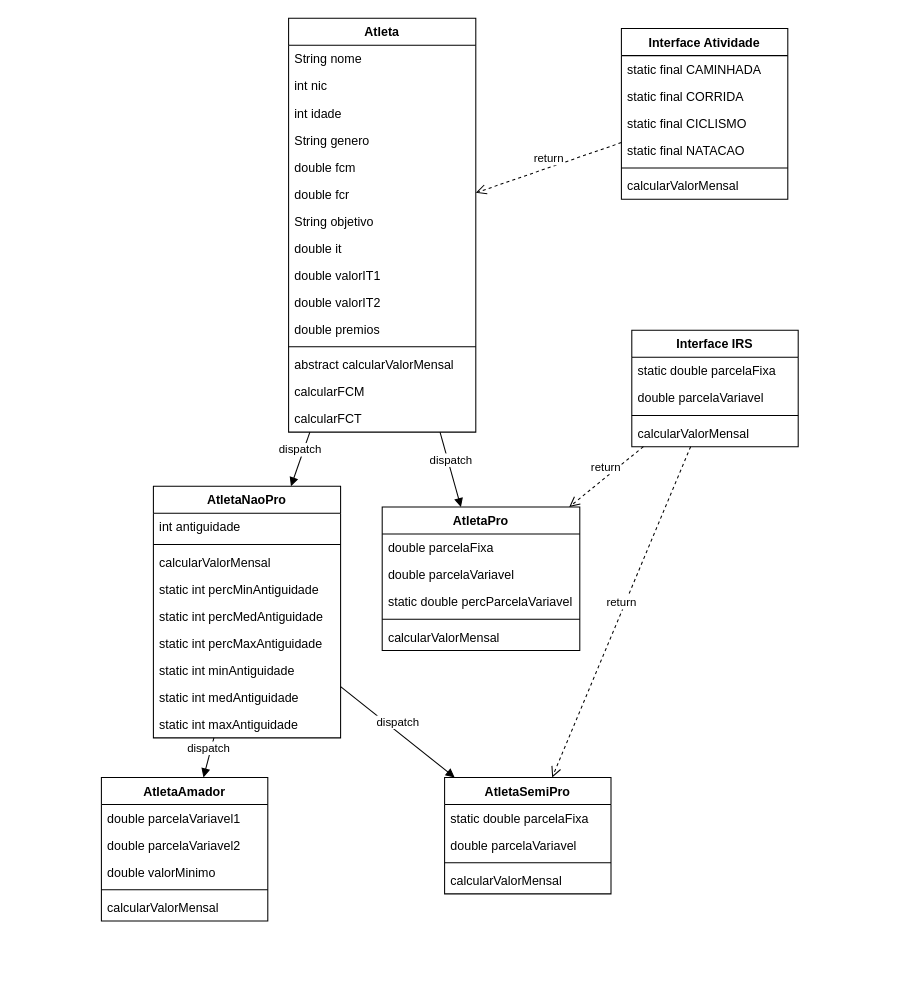
Earlier version of the draw.io diagram Diagrama-Classes-Sprint1.drawio (MarcoPereiraUpSkill/sprint-1-lucas-bruno-marco). Source tidied: cells renumbered, new cells numbered last; positions are measured from the earlier drawing's top-left corner, leaving out a move shared by most shapes. Both pictures are drawn from the tidied source at 104%, with x=0, y=0 at pixel (101, 18).
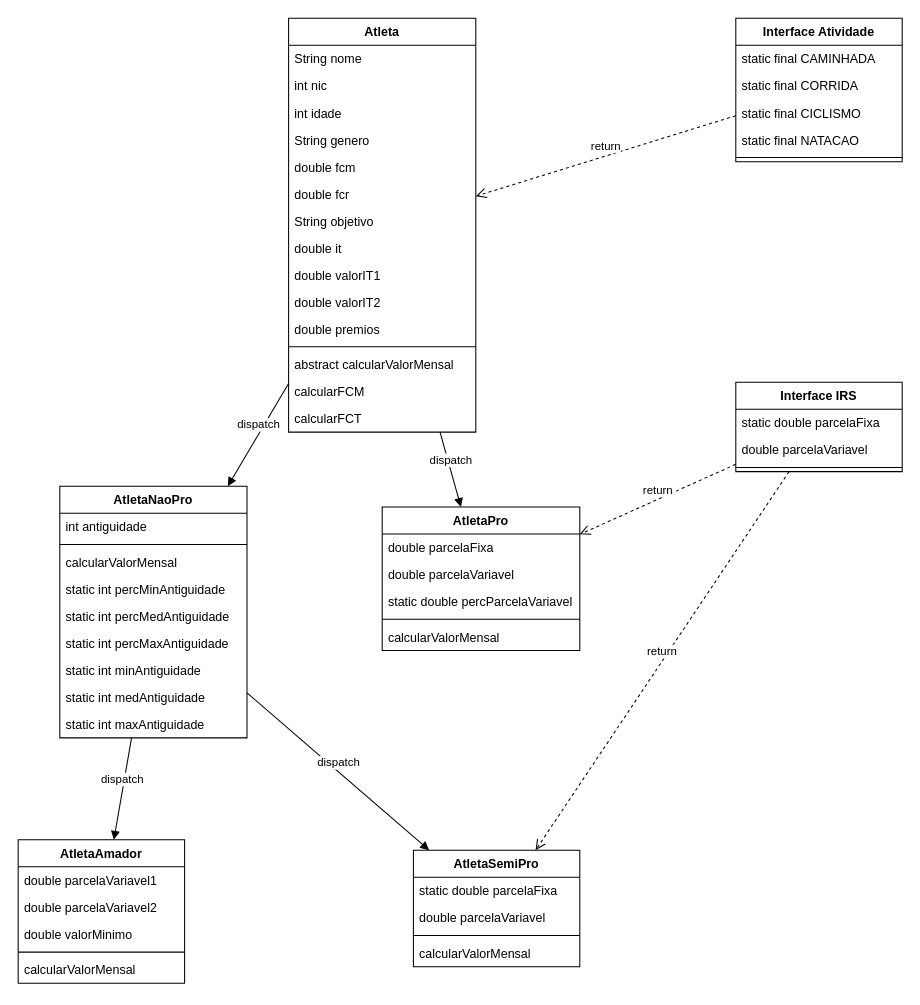
After the change.

The edit, as a diff of the source:
```diff
@@
     <mxCell id="6" value="Interface IRS" style="swimlane;fontStyle=1;align=center;verticalAlign=top;horizontal=1;startSize=26;" parent="1" vertex="1">
-      <mxGeometry x="510" y="300" width="160" height="112" as="geometry" />
+      <mxGeometry x="610" y="350" width="160" height="86" as="geometry" />
     </mxCell>
@@
-    <mxCell id="10" value="calcularValorMensal" style="text;strokeColor=none;fillColor=none;align=left;verticalAlign=top;spacingLeft=4;spacingRight=4;overflow=hidden;" parent="6" vertex="1">
-      <mxGeometry y="86" width="160" height="26" as="geometry" />
-    </mxCell>
     <mxCell id="11" value="Interface Atividade" style="swimlane;fontStyle=1;align=center;verticalAlign=top;horizontal=1;startSize=26;" parent="1" vertex="1">
-      <mxGeometry x="500" y="10" width="160" height="164" as="geometry" />
+      <mxGeometry x="610" width="160" height="138" as="geometry" />
     </mxCell>
@@
-    <mxCell id="17" value="calcularValorMensal" style="text;strokeColor=none;fillColor=none;align=left;verticalAlign=top;spacingLeft=4;spacingRight=4;overflow=hidden;" parent="11" vertex="1">
-      <mxGeometry y="138" width="160" height="26" as="geometry" />
-    </mxCell>
@@
     <mxCell id="37" value="AtletaAmador" style="swimlane;fontStyle=1;align=center;verticalAlign=top;horizontal=1;startSize=26;" parent="1" vertex="1">
-      <mxGeometry y="730" width="160" height="138" as="geometry" />
+      <mxGeometry x="-80" y="790" width="160" height="138" as="geometry" />
     </mxCell>
@@
     <mxCell id="43" value="AtletaSemiPro" style="swimlane;fontStyle=1;align=center;verticalAlign=top;horizontal=1;startSize=26;" parent="1" vertex="1">
-      <mxGeometry x="330" y="730" width="160" height="112" as="geometry" />
+      <mxGeometry x="300" y="800" width="160" height="112" as="geometry" />
     </mxCell>
@@
     <mxCell id="54" value="AtletaNaoPro" style="swimlane;fontStyle=1;align=center;verticalAlign=top;horizontal=1;startSize=26;" parent="1" vertex="1">
-      <mxGeometry x="50" y="450" width="180" height="242" as="geometry" />
+      <mxGeometry x="-40" y="450" width="180" height="242" as="geometry" />
     </mxCell>
```
